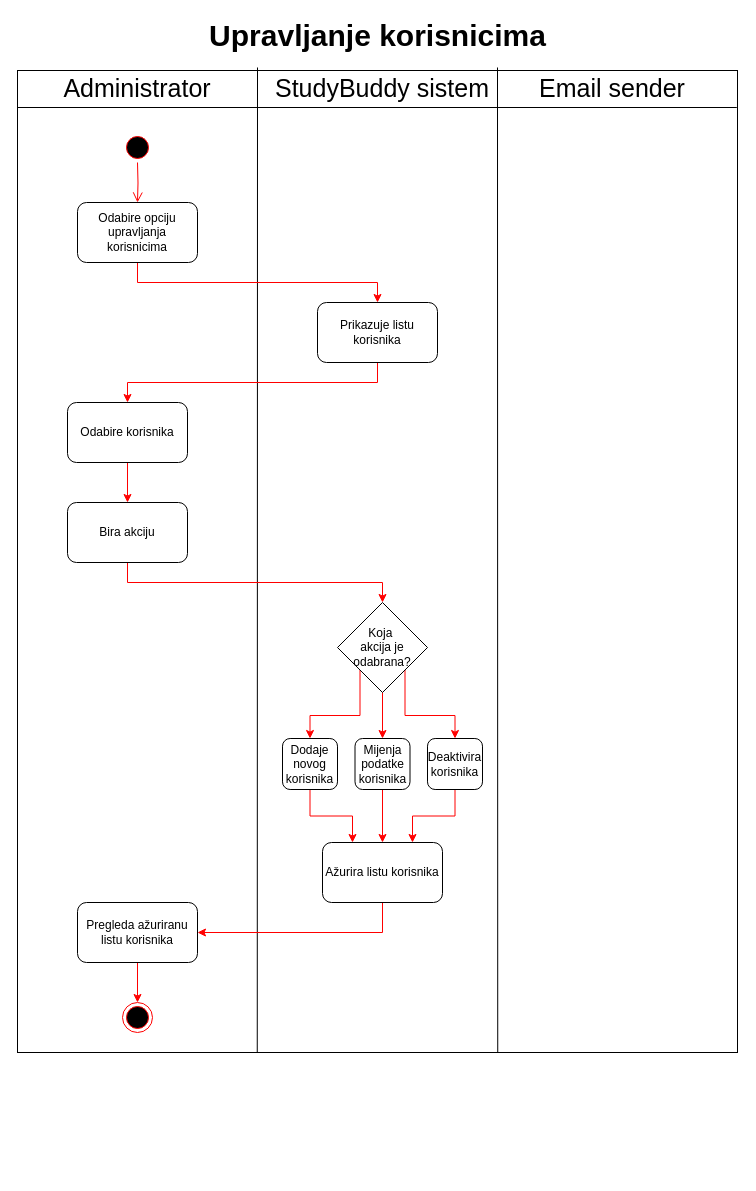
Earlier version of the draw.io diagram activity dijagrami/raw/Activity_upravljanje_korisnicima.drawio (ooad-2025-26/Grupa8-Tim3). Source tidied: cells renumbered, new cells numbered last; positions are measured from the earlier drawing's top-left corner, leaving out a move shared by most shapes. Both pictures are drawn from the tidied source at 100%, with x=0, y=0 at pixel (17, 22).
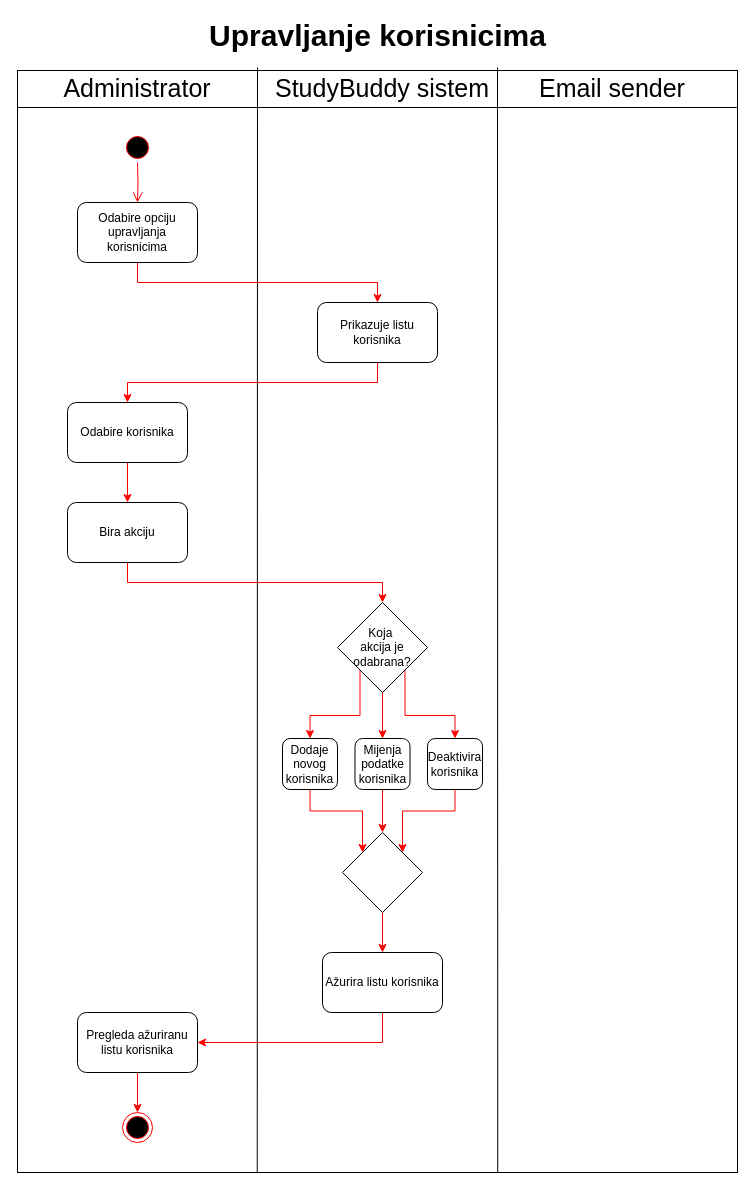
Above is the later version.

Commit message (it also covers changes not shown here):
activity dijagrami - t3

Unchanged cells that the change refers to:
```xml
<mxCell id="28" value="Dodaje&lt;div&gt;novog&lt;/div&gt;&lt;div&gt;korisnika&lt;/div&gt;" style="rounded=1;whiteSpace=wrap;html=1;fillColor=none;" parent="1" vertex="1">
  <mxGeometry x="265" y="716" width="55" height="51" as="geometry" />
</mxCell>
<mxCell id="30" value="Mijenja&lt;div&gt;podatke&lt;/div&gt;&lt;div&gt;korisnika&lt;/div&gt;" style="rounded=1;whiteSpace=wrap;html=1;fillColor=none;" parent="1" vertex="1">
  <mxGeometry x="337.5" y="716" width="55" height="51" as="geometry" />
</mxCell>
<mxCell id="32" value="Deaktivira&lt;div&gt;korisnika&lt;/div&gt;" style="rounded=1;whiteSpace=wrap;html=1;fillColor=none;" parent="1" vertex="1">
  <mxGeometry x="410" y="716" width="55" height="51" as="geometry" />
</mxCell>
```

The edit, as a diff of the source:
```diff
@@
     <mxCell id="2" style="rounded=0;whiteSpace=wrap;html=1;fillColor=none;" parent="1" vertex="1">
-      <mxGeometry y="48" width="720" height="982" as="geometry" />
+      <mxGeometry y="48" width="720" height="1102" as="geometry" />
     </mxCell>
@@
     <mxCell id="19" style="ellipse;html=1;shape=endState;fillColor=#000000;strokeColor=#ff0000;" parent="1" vertex="1">
-      <mxGeometry x="105" y="980" width="30" height="30" as="geometry" />
+      <mxGeometry x="105" y="1090" width="30" height="30" as="geometry" />
     </mxCell>
     <mxCell id="20" style="rounded=0;jettySize=auto;html=1;exitX=0.5;exitY=1;exitDx=0;exitDy=0;entryX=0.5;entryY=0;entryDx=0;entryDy=0;strokeColor=#FF0000;fontColor=#FF0000;" parent="1" edge="1" target="19">
       <mxGeometry relative="1" as="geometry">
-        <mxPoint x="120" y="940" as="sourcePoint" />
+        <mxPoint x="120" y="1050" as="sourcePoint" />
       </mxGeometry>
     </mxCell>
@@
-    <mxCell id="27" style="edgeStyle=orthogonalEdgeStyle;rounded=0;jettySize=auto;html=1;exitX=0.5;exitY=1;exitDx=0;exitDy=0;entryX=0.25;entryY=0;entryDx=0;entryDy=0;strokeColor=#FF0000;" parent="1" edge="1" source="28" target="33">
+    <mxCell id="27" style="edgeStyle=orthogonalEdgeStyle;rounded=0;jettySize=auto;html=1;exitX=0.5;exitY=1;exitDx=0;exitDy=0;strokeColor=#FF0000;entryX=0;entryY=0;entryDx=0;entryDy=0;" parent="1" edge="1" source="28" target="36">
       <mxGeometry relative="1" as="geometry" />
     </mxCell>
@@
-    <mxCell id="29" style="edgeStyle=orthogonalEdgeStyle;rounded=0;jettySize=auto;html=1;exitX=0.5;exitY=1;exitDx=0;exitDy=0;entryX=0.5;entryY=0;entryDx=0;entryDy=0;strokeColor=#FF0000;" parent="1" edge="1" source="30" target="33">
+    <mxCell id="29" style="edgeStyle=orthogonalEdgeStyle;rounded=0;jettySize=auto;html=1;exitX=0.5;exitY=1;exitDx=0;exitDy=0;strokeColor=#FF0000;entryX=0.5;entryY=0;entryDx=0;entryDy=0;entryPerimeter=0;" parent="1" edge="1" source="30" target="36">
       <mxGeometry relative="1" as="geometry" />
     </mxCell>
@@
-    <mxCell id="31" style="edgeStyle=orthogonalEdgeStyle;rounded=0;jettySize=auto;html=1;exitX=0.5;exitY=1;exitDx=0;exitDy=0;entryX=0.75;entryY=0;entryDx=0;entryDy=0;strokeColor=#FF0000;" parent="1" edge="1" source="32" target="33">
+    <mxCell id="31" style="edgeStyle=orthogonalEdgeStyle;rounded=0;jettySize=auto;html=1;exitX=0.5;exitY=1;exitDx=0;exitDy=0;strokeColor=#FF0000;entryX=1;entryY=0;entryDx=0;entryDy=0;" parent="1" edge="1" source="32" target="36">
       <mxGeometry relative="1" as="geometry" />
     </mxCell>
@@
     <mxCell id="33" value="Ažurira listu korisnika" style="rounded=1;whiteSpace=wrap;html=1;fillColor=none;strokeColor=light-dark(#000000,#000000);" parent="1" vertex="1">
-      <mxGeometry x="305" y="820" width="120" height="60" as="geometry" />
+      <mxGeometry x="305" y="930" width="120" height="60" as="geometry" />
     </mxCell>
     <mxCell id="34" value="Pregleda ažuriranu listu korisnika" style="rounded=1;whiteSpace=wrap;html=1;fillColor=none;strokeColor=light-dark(#000000,#000000);" parent="1" vertex="1">
-      <mxGeometry x="60" y="880" width="120" height="60" as="geometry" />
+      <mxGeometry x="60" y="990" width="120" height="60" as="geometry" />
     </mxCell>
+    <mxCell id="35" style="edgeStyle=orthogonalEdgeStyle;rounded=0;jettySize=auto;html=1;exitX=0.5;exitY=1;exitDx=0;exitDy=0;entryX=0.5;entryY=0;entryDx=0;entryDy=0;strokeColor=#FF0000;" parent="1" edge="1" source="36" target="33">
+      <mxGeometry relative="1" as="geometry" />
+    </mxCell>
+    <mxCell id="36" style="rhombus;whiteSpace=wrap;html=1;fillColor=none;" parent="1" vertex="1">
+      <mxGeometry x="325" y="810" width="80" height="80" as="geometry" />
+    </mxCell>
```
